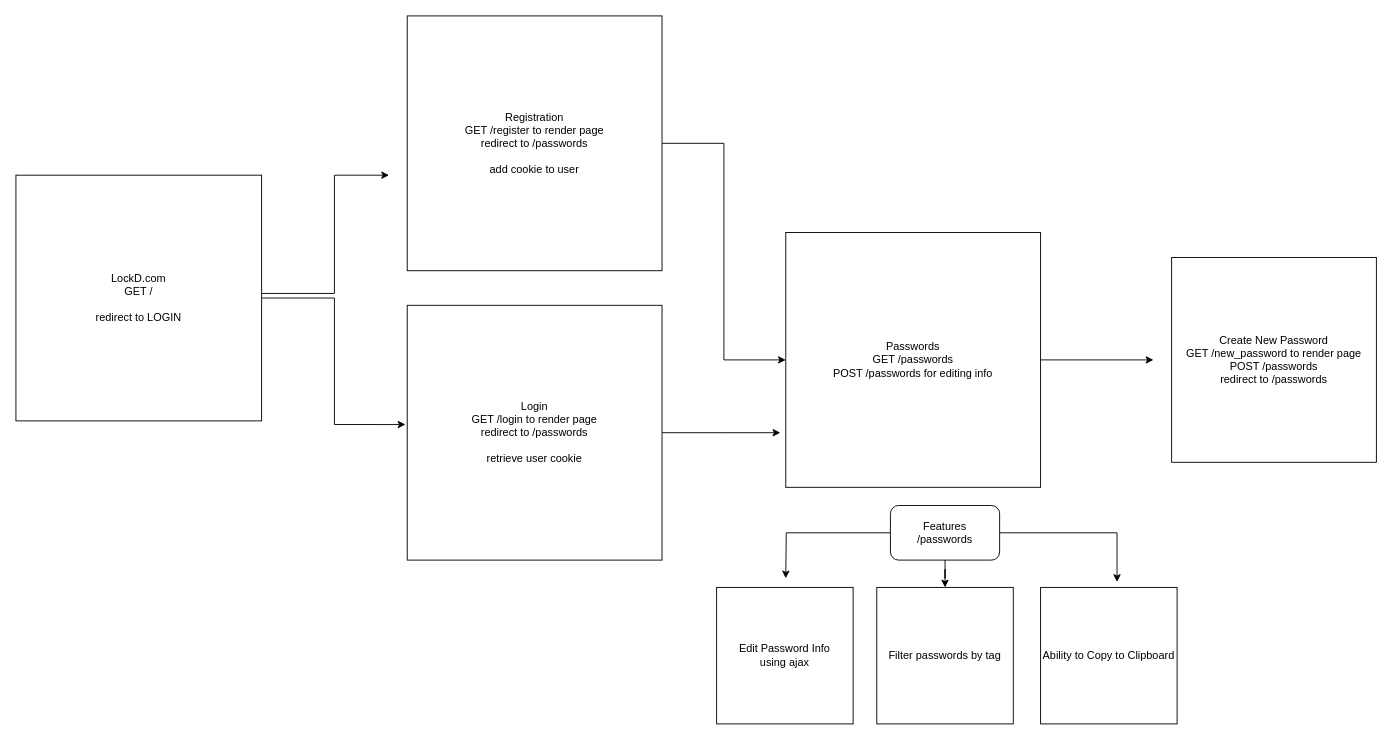
Before: routes/LockD Routes.drawio in Law86/PasswordKeepR, a draw.io diagram. Source tidied: cells renumbered, new cells numbered last; positions are measured from the earlier drawing's top-left corner, leaving out a move shared by most shapes. Both pictures are drawn from the tidied source at 91%, with x=0, y=0 at pixel (15, 15).
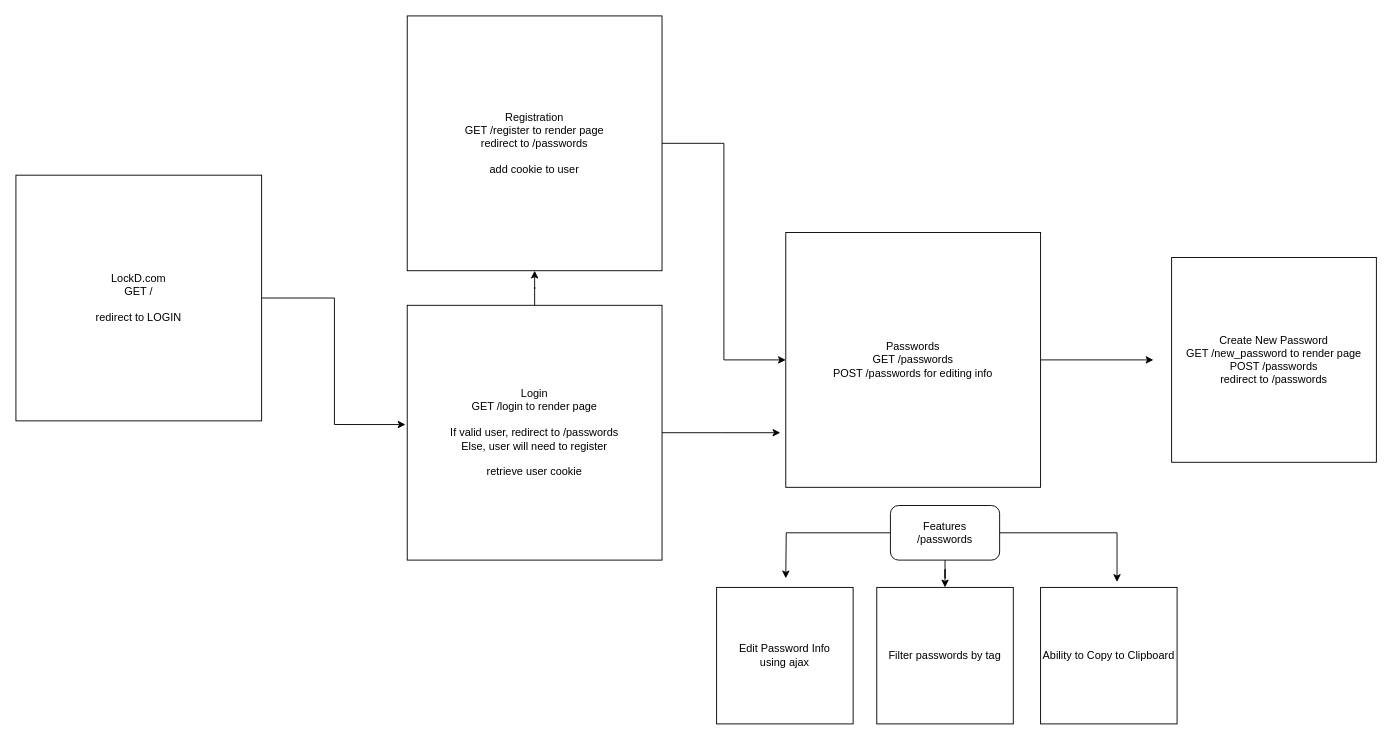
After the change.

The change refers to these unchanged cells:
```xml
<mxCell id="4" value="LockD.com&lt;br&gt;GET /&lt;br&gt;&lt;br&gt;redirect to LOGIN&lt;br&gt;" style="whiteSpace=wrap;html=1;" parent="1" vertex="1">
  <mxGeometry y="175" width="270" height="270" as="geometry" />
</mxCell>
<mxCell id="8" value="Registration&lt;br&gt;GET /register to render page&lt;br&gt;redirect to /passwords&lt;br&gt;&lt;br&gt;add cookie to user" style="whiteSpace=wrap;html=1;" parent="1" vertex="1">
  <mxGeometry x="430" width="280" height="280" as="geometry" />
</mxCell>
```

Diff of the diagram source:
```diff
@@
-    <mxCell id="2" style="edgeStyle=orthogonalEdgeStyle;rounded=0;jettySize=auto;html=1;" parent="1" edge="1" source="4">
-      <mxGeometry relative="1" as="geometry">
-        <mxPoint x="410" y="175" as="targetPoint" />
-        <Array as="points">
-          <mxPoint x="350" y="305" />
-          <mxPoint x="350" y="175" />
-        </Array>
-      </mxGeometry>
-    </mxCell>
@@
+    <mxCell id="19" style="edgeStyle=orthogonalEdgeStyle;rounded=0;jettySize=auto;html=1;" parent="1" edge="1" source="18" target="8">
+      <mxGeometry relative="1" as="geometry" />
+    </mxCell>
-    <mxCell id="18" value="Login&lt;br&gt;GET /login to render page&lt;br&gt;redirect to /passwords&lt;br&gt;&lt;br&gt;retrieve user cookie" style="whiteSpace=wrap;html=1;" parent="1" vertex="1">
+    <mxCell id="18" value="Login&lt;br&gt;GET /login to render page&lt;br&gt;&lt;br&gt;If valid user, redirect to /passwords&lt;br&gt;Else, user will need to register&lt;br&gt;&lt;br&gt;retrieve user cookie" style="whiteSpace=wrap;html=1;" parent="1" vertex="1">
       <mxGeometry x="430" y="318" width="280" height="280" as="geometry" />
     </mxCell>
```
